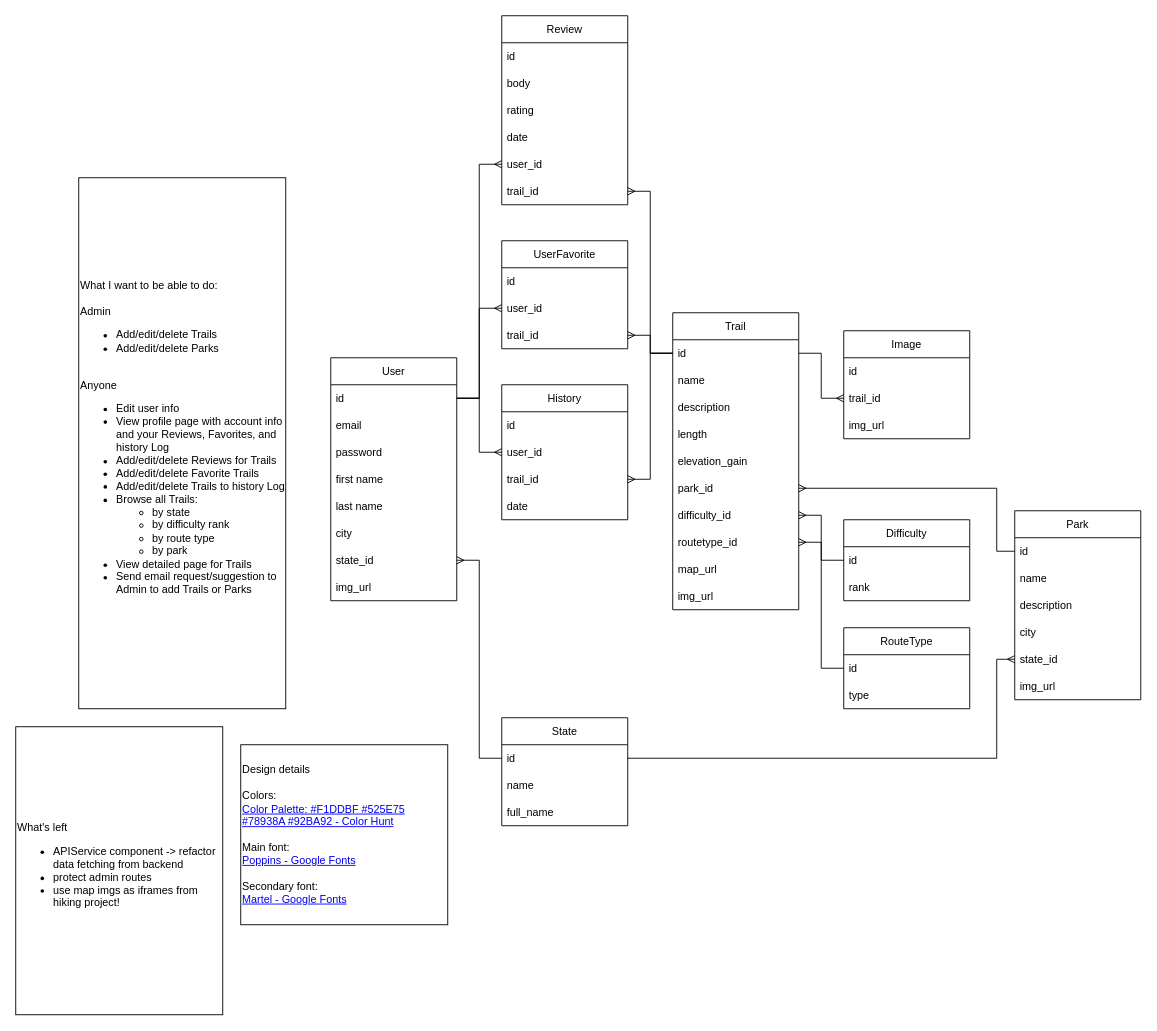
This is planning/HikingVentures Brainstorming.drawio from gdbecker/HikingVentures, a draw.io file, before an edit. Source tidied: cells renumbered, new cells numbered last; positions are measured from the earlier drawing's top-left corner, leaving out a move shared by most shapes. Both pictures are drawn from the tidied source at 90%, with x=0, y=0 at pixel (15, 15).
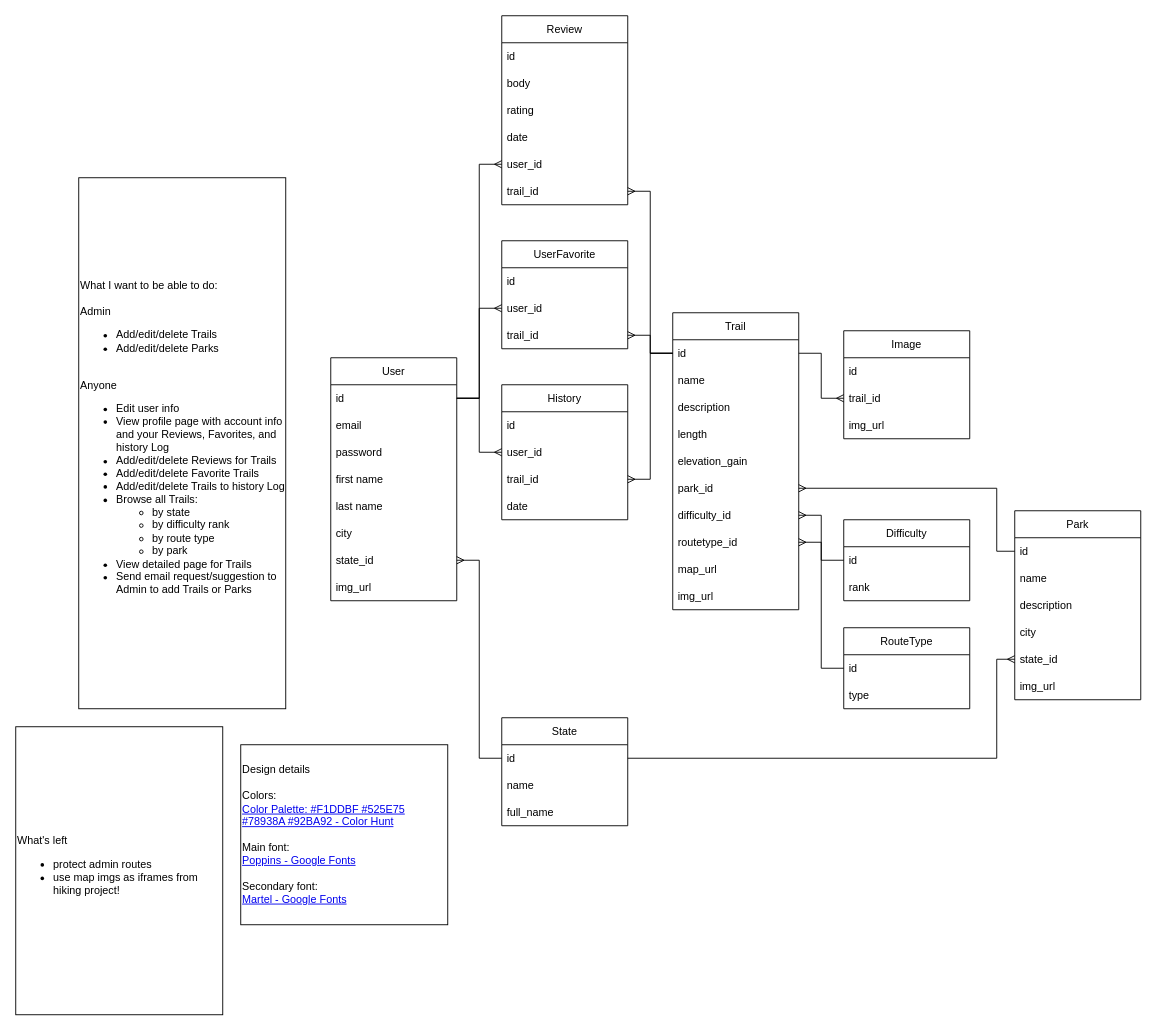
The same diagram, later.

Diff of the diagram source:
```diff
@@
-    <mxCell id="73" value="What's left&lt;br&gt;&lt;ul&gt;&lt;li&gt;APIService component -&amp;gt; refactor data fetching from backend&lt;/li&gt;&lt;li&gt;protect admin routes&lt;/li&gt;&lt;li&gt;use map imgs as iframes from hiking project!&lt;/li&gt;&lt;/ul&gt;" style="rounded=0;whiteSpace=wrap;html=1;align=left;" parent="1" vertex="1">
+    <mxCell id="73" value="What's left&lt;br&gt;&lt;ul&gt;&lt;li&gt;protect admin routes&lt;/li&gt;&lt;li&gt;use map imgs as iframes from hiking project!&lt;/li&gt;&lt;/ul&gt;" style="rounded=0;whiteSpace=wrap;html=1;align=left;" parent="1" vertex="1">
       <mxGeometry y="790" width="230" height="320" as="geometry" />
     </mxCell>
```
